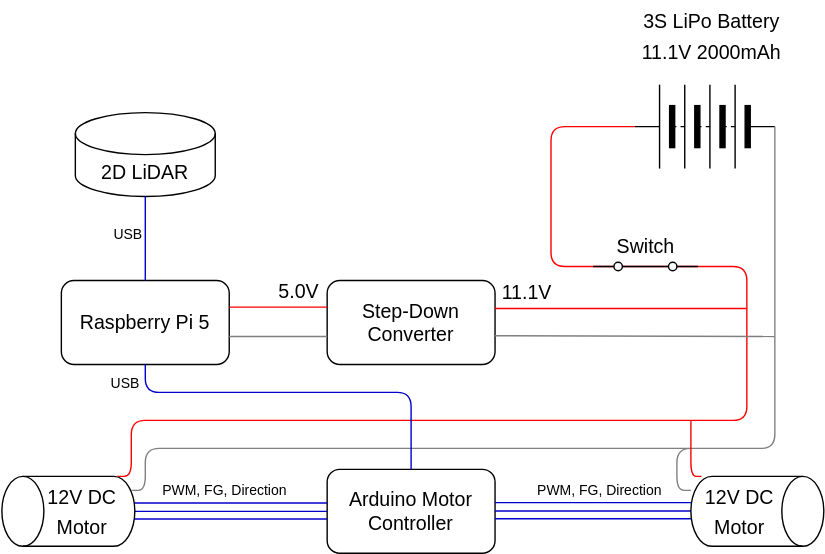
Earlier version of the draw.io export schematic.drawio.svg (leeping-ng/LEGO-RPi-LiDAR-Robot). Source tidied: cells renumbered, new cells last; positions are measured from the earlier drawing's top-left corner, leaving out a move shared by most shapes.
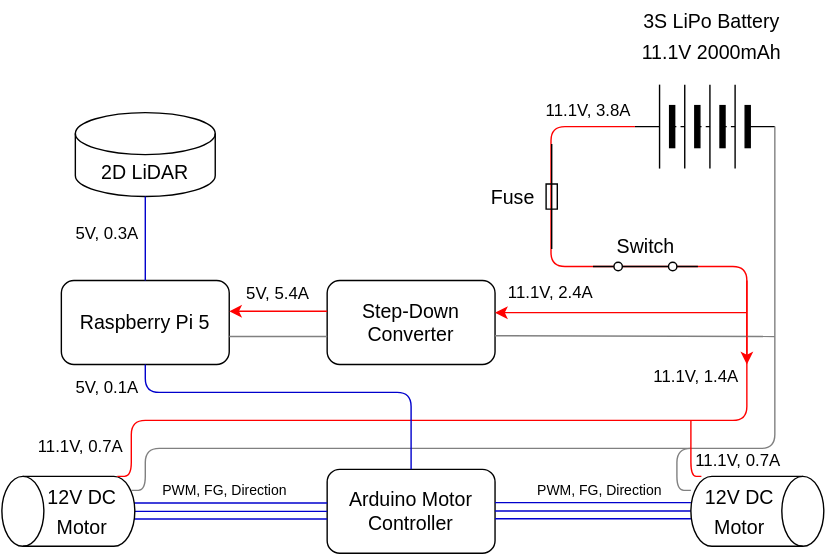
Above is the later version.

Commit message:
include current calculations

The edit, as a diff of the source:
```diff
@@ -117,10 +117,10 @@
     <mxCell id="24" value="&lt;span style=&quot;font-size: 14px;&quot;&gt;Switch&lt;/span&gt;" style="text;html=1;strokeColor=none;fillColor=none;align=center;verticalAlign=middle;whiteSpace=wrap;rounded=0;fontSize=18;" parent="1" vertex="1">
       <mxGeometry x="423.8" y="160" width="67.5" height="30" as="geometry" />
     </mxCell>
-    <mxCell id="25" style="endArrow=none;html=1;strokeColor=#FF0000;" parent="1" edge="1">
+    <mxCell id="25" style="endArrow=classic;html=1;strokeColor=#FF0000;" parent="1" edge="1">
       <mxGeometry relative="1" as="geometry">
-        <mxPoint x="350" y="220" as="sourcePoint" />
-        <mxPoint x="530" y="220" as="targetPoint" />
+        <mxPoint x="530" y="223" as="sourcePoint" />
+        <mxPoint x="350" y="223" as="targetPoint" />
       </mxGeometry>
     </mxCell>
     <mxCell id="26" style="endArrow=none;html=1;exitX=1;exitY=0.25;exitDx=0;exitDy=0;strokeColor=#808080;" parent="1" edge="1">
@@ -129,16 +129,16 @@
         <mxPoint x="550" y="240" as="targetPoint" />
       </mxGeometry>
     </mxCell>
-    <mxCell id="27" value="&lt;span style=&quot;font-size: 14px;&quot;&gt;11.1V&lt;/span&gt;" style="text;html=1;strokeColor=none;fillColor=none;align=center;verticalAlign=middle;whiteSpace=wrap;rounded=0;fontSize=18;" parent="1" vertex="1">
-      <mxGeometry x="339" y="193" width="67.5" height="30" as="geometry" />
+    <mxCell id="27" value="&lt;font style=&quot;font-size: 12px;&quot;&gt;11.1V, 2.4A&lt;/font&gt;" style="text;html=1;strokeColor=none;fillColor=none;align=center;verticalAlign=middle;whiteSpace=wrap;rounded=0;fontSize=18;" parent="1" vertex="1">
+      <mxGeometry x="356.2" y="190" width="67.5" height="33" as="geometry" />
     </mxCell>
     <mxCell id="28" value="&lt;font style=&quot;font-size: 14px;&quot;&gt;2D LiDAR&lt;/font&gt;" style="shape=cylinder3;whiteSpace=wrap;html=1;boundedLbl=1;backgroundOutline=1;size=15;" parent="1" vertex="1">
       <mxGeometry x="50" y="80" width="100" height="60" as="geometry" />
     </mxCell>
-    <mxCell id="29" style="endArrow=none;html=1;strokeColor=#FF0000;" parent="1" edge="1">
+    <mxCell id="29" style="endArrow=classic;html=1;strokeColor=#FF0000;" parent="1" edge="1">
       <mxGeometry relative="1" as="geometry">
-        <mxPoint x="160" y="219" as="sourcePoint" />
-        <mxPoint x="230" y="219" as="targetPoint" />
+        <mxPoint x="230" y="222" as="sourcePoint" />
+        <mxPoint x="160" y="222" as="targetPoint" />
       </mxGeometry>
     </mxCell>
     <mxCell id="30" style="endArrow=none;html=1;exitX=1;exitY=0.25;exitDx=0;exitDy=0;strokeColor=#808080;" parent="1" edge="1">
@@ -147,16 +147,13 @@
         <mxPoint x="230" y="240" as="targetPoint" />
       </mxGeometry>
     </mxCell>
-    <mxCell id="31" value="&lt;span style=&quot;font-size: 14px;&quot;&gt;5.0V&lt;/span&gt;" style="text;html=1;strokeColor=none;fillColor=none;align=center;verticalAlign=middle;whiteSpace=wrap;rounded=0;fontSize=18;" parent="1" vertex="1">
-      <mxGeometry x="176" y="192" width="67.5" height="30" as="geometry" />
-    </mxCell>
     <mxCell id="32" style="endArrow=none;html=1;strokeColor=#0000CC;fontSize=14;entryX=0.5;entryY=1;entryDx=0;entryDy=0;entryPerimeter=0;" parent="1" edge="1" target="28">
       <mxGeometry relative="1" as="geometry">
         <mxPoint x="100" y="200" as="sourcePoint" />
       </mxGeometry>
     </mxCell>
-    <mxCell id="33" value="&lt;font style=&quot;font-size: 10px;&quot;&gt;USB&lt;/font&gt;" style="text;html=1;strokeColor=none;fillColor=none;align=center;verticalAlign=middle;whiteSpace=wrap;rounded=0;fontSize=18;" parent="1" vertex="1">
-      <mxGeometry x="66" y="150" width="44" height="30" as="geometry" />
+    <mxCell id="33" value="&lt;p&gt;&lt;font style=&quot;font-size: 12px;&quot;&gt;&lt;font style=&quot;&quot;&gt;5V, 0.3A&lt;/font&gt;&lt;/font&gt;&lt;/p&gt;" style="text;html=1;strokeColor=none;fillColor=none;align=center;verticalAlign=middle;whiteSpace=wrap;rounded=0;fontSize=18;" parent="1" vertex="1">
+      <mxGeometry x="38" y="150" width="70" height="30" as="geometry" />
     </mxCell>
     <mxCell id="34" style="endArrow=none;html=1;strokeColor=#0000CC;fontSize=14;entryX=0.5;entryY=1;entryDx=0;entryDy=0;exitX=0.5;exitY=0;exitDx=0;exitDy=0;" parent="1" edge="1" source="2" target="15">
       <mxGeometry relative="1" as="geometry">
@@ -166,8 +163,35 @@
         </Array>
       </mxGeometry>
     </mxCell>
-    <mxCell id="35" value="&lt;font style=&quot;font-size: 10px;&quot;&gt;USB&lt;/font&gt;" style="text;html=1;strokeColor=none;fillColor=none;align=center;verticalAlign=middle;whiteSpace=wrap;rounded=0;fontSize=18;" parent="1" vertex="1">
-      <mxGeometry x="64" y="256" width="44" height="30" as="geometry" />
-    </mxCell>
+    <mxCell id="36" value="&lt;p&gt;&lt;font style=&quot;font-size: 12px;&quot;&gt;&lt;font style=&quot;&quot;&gt;5V, 0.1A&lt;/font&gt;&lt;/font&gt;&lt;/p&gt;" style="text;html=1;strokeColor=none;fillColor=none;align=center;verticalAlign=middle;whiteSpace=wrap;rounded=0;fontSize=18;" parent="1" vertex="1">
+      <mxGeometry x="38" y="260" width="70" height="30" as="geometry" />
+    </mxCell>
+    <mxCell id="37" value="&lt;p&gt;&lt;font style=&quot;font-size: 12px;&quot;&gt;&lt;font style=&quot;&quot;&gt;5V, 5.4A&lt;/font&gt;&lt;/font&gt;&lt;/p&gt;" style="text;html=1;strokeColor=none;fillColor=none;align=center;verticalAlign=middle;whiteSpace=wrap;rounded=0;fontSize=18;" parent="1" vertex="1">
+      <mxGeometry x="160" y="193" width="70" height="30" as="geometry" />
+    </mxCell>
+    <mxCell id="38" style="endArrow=classic;html=1;strokeColor=#FF0000;" parent="1" edge="1">
+      <mxGeometry relative="1" as="geometry">
+        <mxPoint x="530" y="200" as="sourcePoint" />
+        <mxPoint x="530" y="260" as="targetPoint" />
+      </mxGeometry>
+    </mxCell>
+    <mxCell id="39" value="&lt;font style=&quot;font-size: 12px;&quot;&gt;11.1V, 1.4A&lt;/font&gt;" style="text;html=1;strokeColor=none;fillColor=none;align=center;verticalAlign=middle;whiteSpace=wrap;rounded=0;fontSize=18;" parent="1" vertex="1">
+      <mxGeometry x="460" y="250" width="67.5" height="33" as="geometry" />
+    </mxCell>
+    <mxCell id="40" style="shape=mxgraph.electrical.electro-mechanical.fuse2;elSwitchState=on;fontSize=12;rotation=90;" parent="1" vertex="1">
+      <mxGeometry x="359" y="130" width="75" height="20" as="geometry" />
+    </mxCell>
+    <mxCell id="41" value="&lt;span style=&quot;font-size: 14px;&quot;&gt;Fuse&lt;/span&gt;" style="text;html=1;strokeColor=none;fillColor=none;align=center;verticalAlign=middle;whiteSpace=wrap;rounded=0;fontSize=18;" parent="1" vertex="1">
+      <mxGeometry x="329" y="125" width="67.5" height="30" as="geometry" />
+    </mxCell>
+    <mxCell id="42" value="&lt;font style=&quot;font-size: 12px;&quot;&gt;11.1V, 3.8A&lt;/font&gt;" style="text;html=1;strokeColor=none;fillColor=none;align=center;verticalAlign=middle;whiteSpace=wrap;rounded=0;fontSize=18;" parent="1" vertex="1">
+      <mxGeometry x="382.5" y="60" width="67.5" height="33" as="geometry" />
+    </mxCell>
+    <mxCell id="43" value="&lt;font style=&quot;font-size: 12px;&quot;&gt;11.1V, 0.7A&lt;/font&gt;" style="text;html=1;strokeColor=none;fillColor=none;align=center;verticalAlign=middle;whiteSpace=wrap;rounded=0;fontSize=18;" parent="1" vertex="1">
+      <mxGeometry x="20" y="300" width="67.5" height="33" as="geometry" />
+    </mxCell>
+    <mxCell id="44" value="&lt;font style=&quot;font-size: 12px;&quot;&gt;11.1V, 0.7A&lt;/font&gt;" style="text;html=1;strokeColor=none;fillColor=none;align=center;verticalAlign=middle;whiteSpace=wrap;rounded=0;fontSize=18;" parent="1" vertex="1">
+      <mxGeometry x="490" y="310" width="67.5" height="33" as="geometry" />
+    </mxCell>
   </root>
 </mxGraphModel>
```
